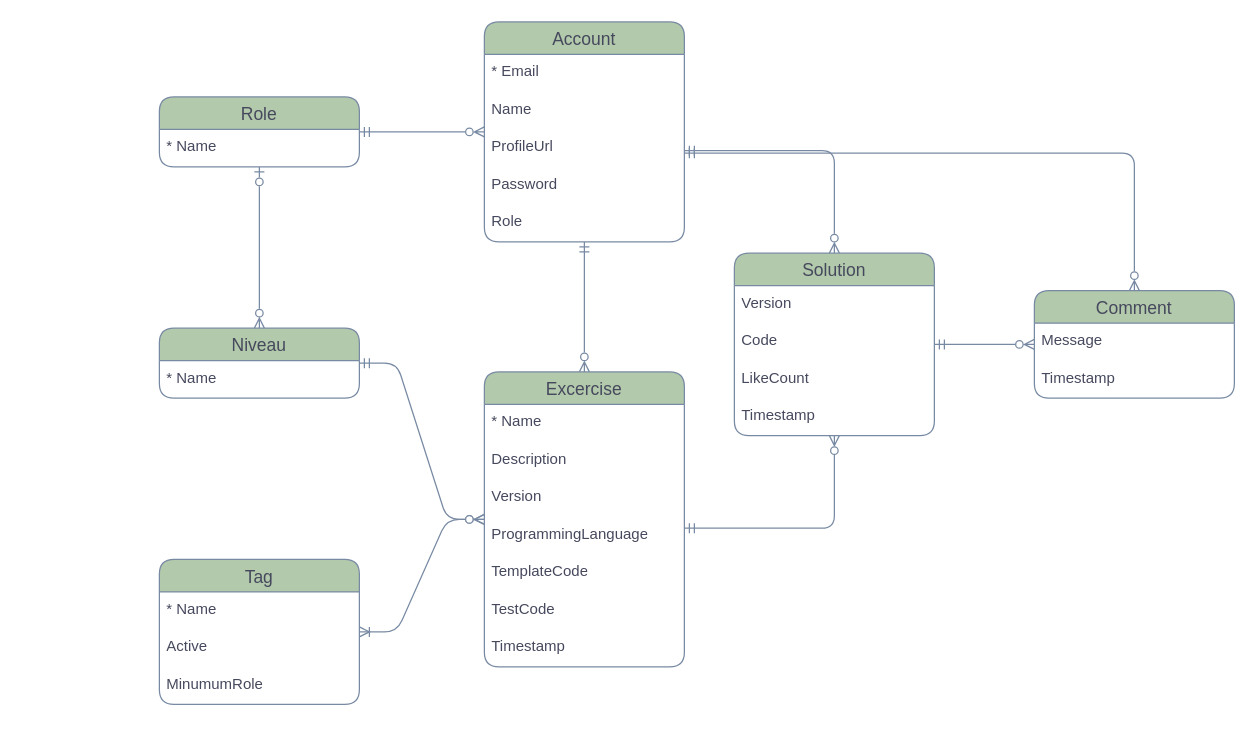
Above: diagrams.drawio in Job79/avans-code (draw.io), before the change. Source tidied: cells renumbered, new cells numbered last; positions are measured from the earlier drawing's top-left corner, leaving out a move shared by most shapes. Both pictures are drawn from the tidied source at 125%, with x=0, y=0 at pixel (159, 21).
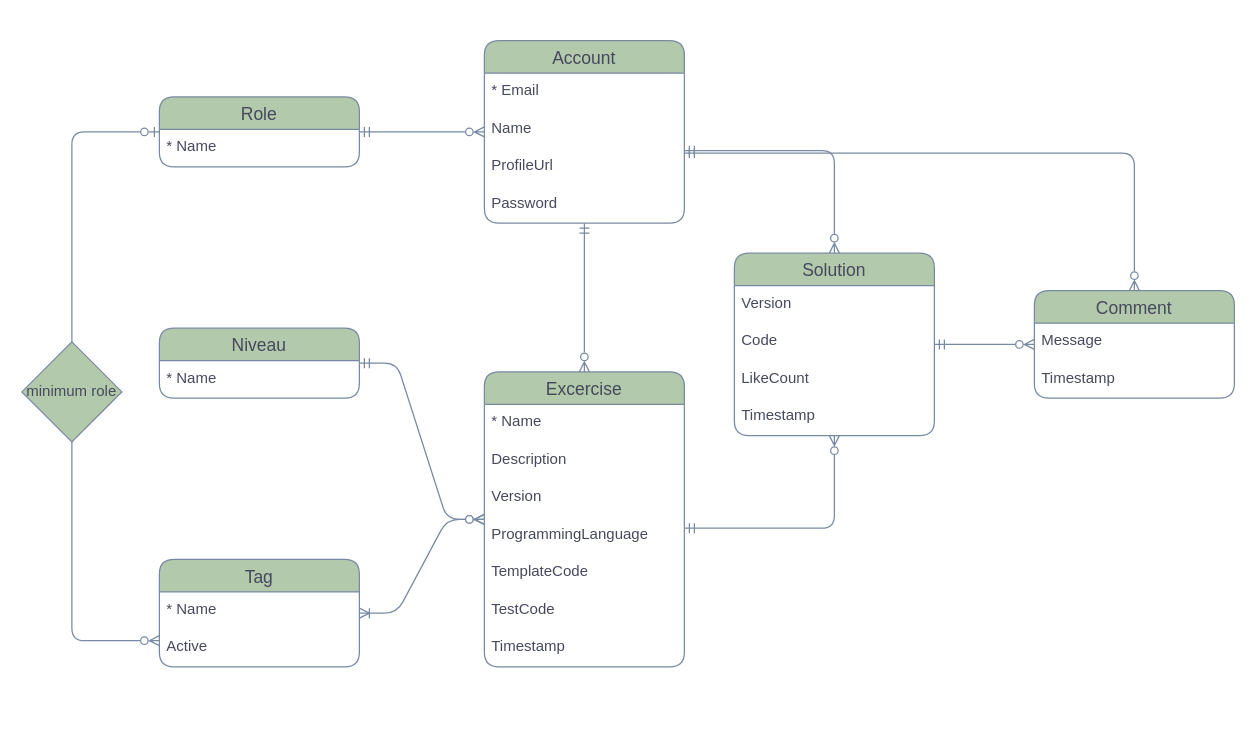
Above is the later version.

The change refers to these unchanged cells:
```xml
<mxCell id="26" value="Niveau" style="swimlane;fontStyle=0;horizontal=1;startSize=26;align=center;fontSize=14;labelBackgroundColor=none;fillColor=#B2C9AB;strokeColor=#788AA3;fontColor=#46495D;rounded=1;" parent="1" vertex="1">
  <mxGeometry y="245" width="160" height="56" as="geometry" />
</mxCell>
<mxCell id="38" value="Role" style="swimlane;fontStyle=0;horizontal=1;startSize=26;align=center;fontSize=14;labelBackgroundColor=none;fillColor=#B2C9AB;strokeColor=#788AA3;fontColor=#46495D;rounded=1;" parent="1" vertex="1">
  <mxGeometry y="60" width="160" height="56" as="geometry" />
</mxCell>
```

Change to the diagram source:
```diff
@@
     <mxCell id="18" value="Tag" style="swimlane;fontStyle=0;horizontal=1;startSize=26;align=center;fontSize=14;labelBackgroundColor=none;fillColor=#B2C9AB;strokeColor=#788AA3;fontColor=#46495D;rounded=1;" parent="1" vertex="1">
-      <mxGeometry y="430" width="160" height="116" as="geometry" />
+      <mxGeometry y="430" width="160" height="86" as="geometry" />
     </mxCell>
@@
-    <mxCell id="21" value="MinumumRole" style="text;strokeColor=none;fillColor=none;spacingLeft=4;spacingRight=4;overflow=hidden;fontSize=12;whiteSpace=wrap;html=1;labelBackgroundColor=none;fontColor=#46495D;rounded=1;" parent="18" vertex="1">
-      <mxGeometry y="86" width="160" height="30" as="geometry" />
-    </mxCell>
@@
     <mxCell id="30" value="Account" style="swimlane;fontStyle=0;horizontal=1;startSize=26;align=center;fontSize=14;labelBackgroundColor=none;fillColor=#B2C9AB;strokeColor=#788AA3;fontColor=#46495D;rounded=1;" parent="1" vertex="1">
-      <mxGeometry x="260" width="160" height="176" as="geometry" />
+      <mxGeometry x="260" y="15" width="160" height="146" as="geometry" />
     </mxCell>
@@
-    <mxCell id="35" value="Role" style="text;strokeColor=none;fillColor=none;spacingLeft=4;spacingRight=4;overflow=hidden;fontSize=12;whiteSpace=wrap;html=1;labelBackgroundColor=none;fontColor=#46495D;rounded=1;" parent="30" vertex="1">
-      <mxGeometry y="146" width="160" height="30" as="geometry" />
-    </mxCell>
-    <mxCell id="36" style="edgeStyle=orthogonalEdgeStyle;rounded=1;jettySize=auto;html=1;endArrow=ERzeroToMany;endFill=0;startArrow=ERzeroToOne;startFill=0;labelBackgroundColor=none;strokeColor=#788AA3;fontColor=default;" parent="1" edge="1" source="38" target="26">
-      <mxGeometry relative="1" as="geometry" />
+    <mxCell id="36" style="edgeStyle=orthogonalEdgeStyle;rounded=1;jettySize=auto;html=1;endArrow=ERzeroToMany;endFill=0;startArrow=ERzeroToOne;startFill=0;labelBackgroundColor=none;strokeColor=#788AA3;fontColor=default;" parent="1" edge="1" source="38" target="18">
+      <mxGeometry relative="1" as="geometry">
+        <Array as="points">
+          <mxPoint x="-70" y="88" />
+          <mxPoint x="-70" y="495" />
+        </Array>
+      </mxGeometry>
     </mxCell>
@@
+    <mxCell id="41" value="minimum role" style="rhombus;whiteSpace=wrap;html=1;labelBackgroundColor=none;fillColor=#B2C9AB;strokeColor=#788AA3;fontColor=#46495D;" parent="1" vertex="1">
+      <mxGeometry x="-110" y="256" width="80" height="80" as="geometry" />
+    </mxCell>
```
